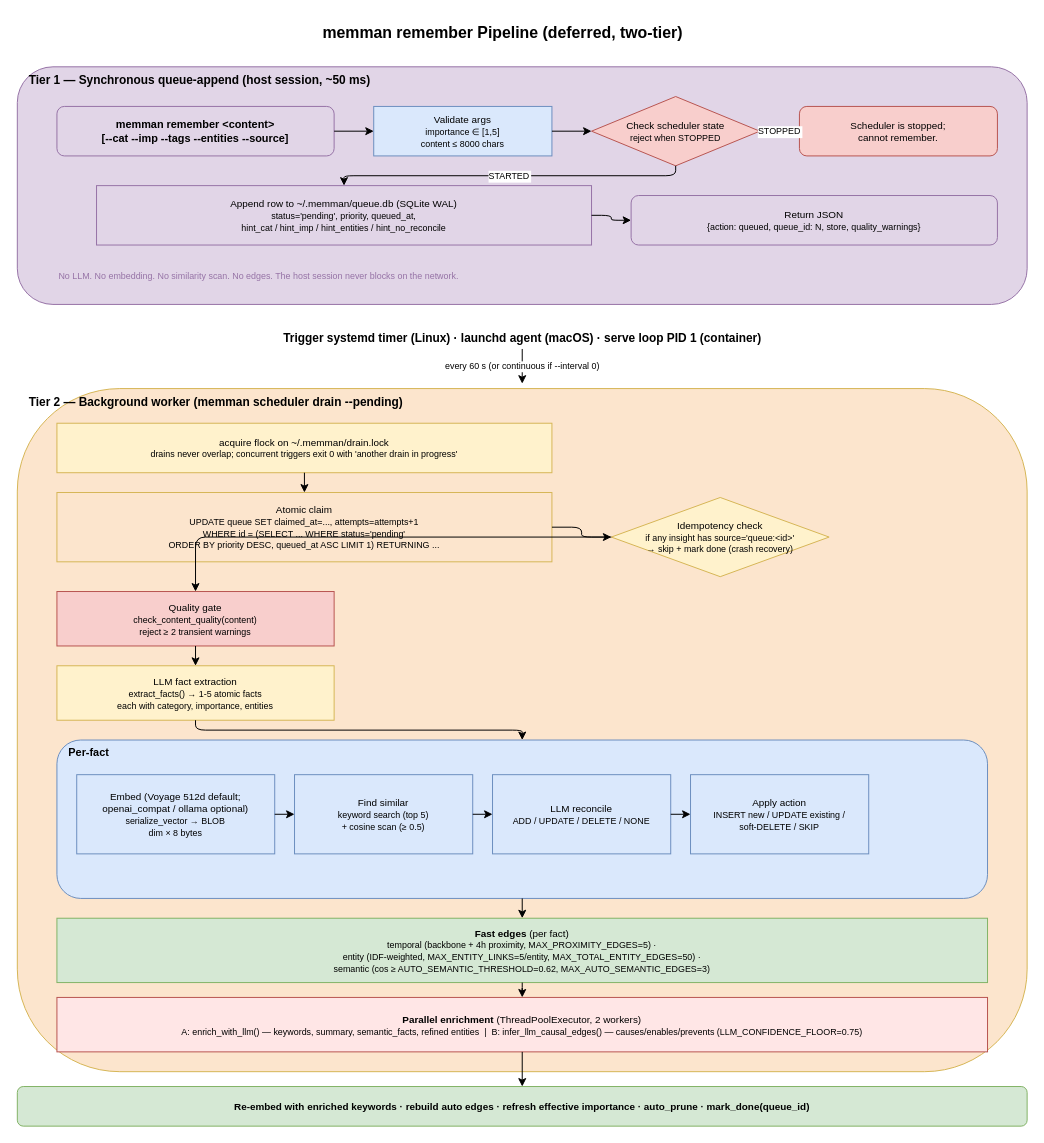
Earlier version of the draw.io diagram docs/diagrams/02-remember-pipeline.drawio (bissli/memman). Source tidied: cells renumbered, new cells numbered last; positions are measured from the earlier drawing's top-left corner, leaving out a move shared by most shapes. Both pictures are drawn from the tidied source at 99%, with x=0, y=0 at pixel (17, 17).
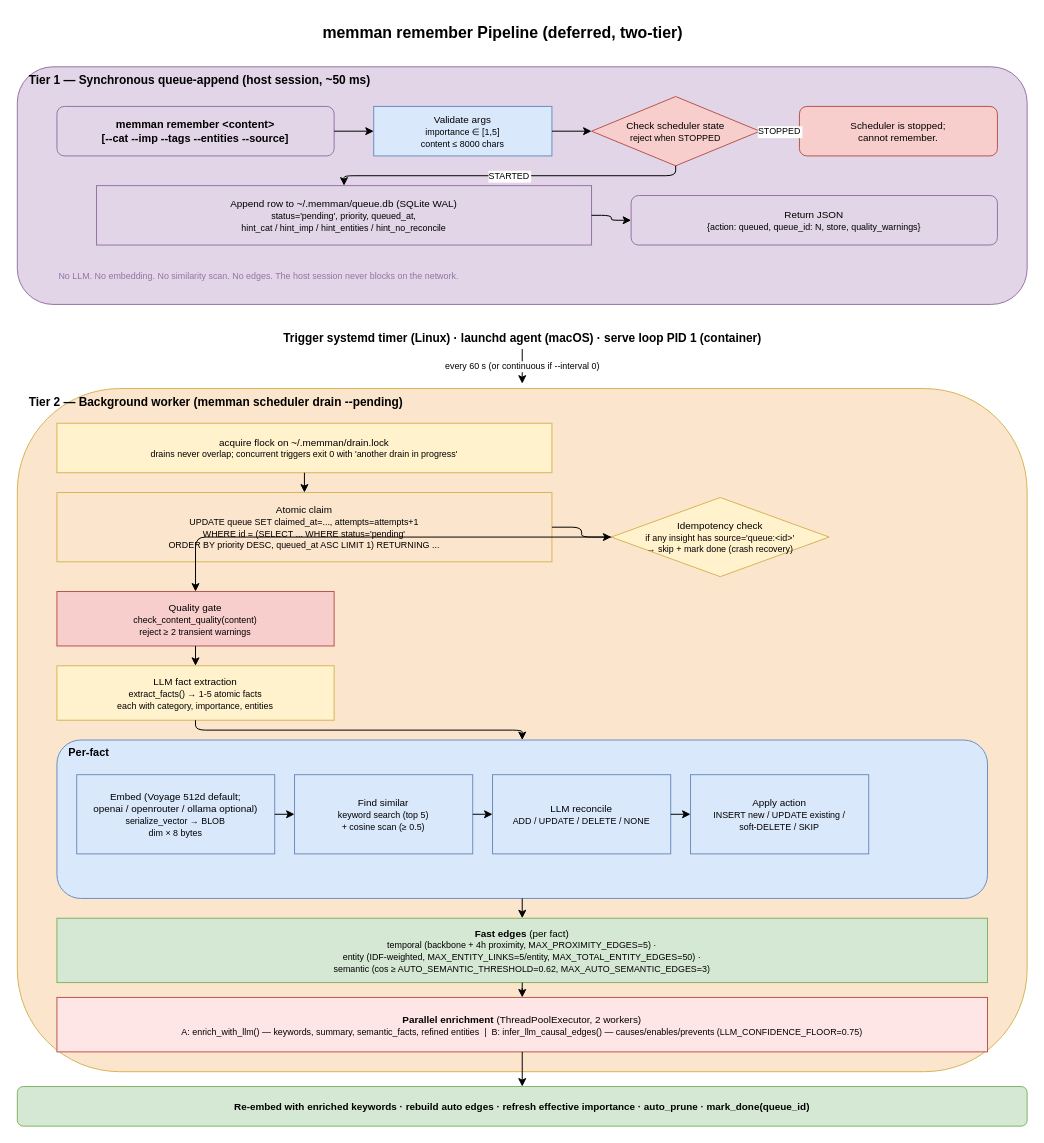
After the change.

What changed in the source:
```diff
@@
-    <mxCell id="25" value="Embed (Voyage 512d default;&lt;br&gt;openai_compat / ollama optional)&lt;br&gt;&lt;font style=&quot;font-size:9px&quot;&gt;serialize_vector → BLOB&lt;br&gt;dim × 8 bytes&lt;/font&gt;" style="rounded=0;whiteSpace=wrap;html=1;fillColor=#dae8fc;strokeColor=#6c8ebf;fontSize=10;" parent="1" vertex="1">
+    <mxCell id="25" value="Embed (Voyage 512d default;&lt;br&gt;openai / openrouter / ollama optional)&lt;br&gt;&lt;font style=&quot;font-size:9px&quot;&gt;serialize_vector → BLOB&lt;br&gt;dim × 8 bytes&lt;/font&gt;" style="rounded=0;whiteSpace=wrap;html=1;fillColor=#dae8fc;strokeColor=#6c8ebf;fontSize=10;" parent="1" vertex="1">
       <mxGeometry x="60" y="765" width="200" height="80" as="geometry" />
     </mxCell>
```
